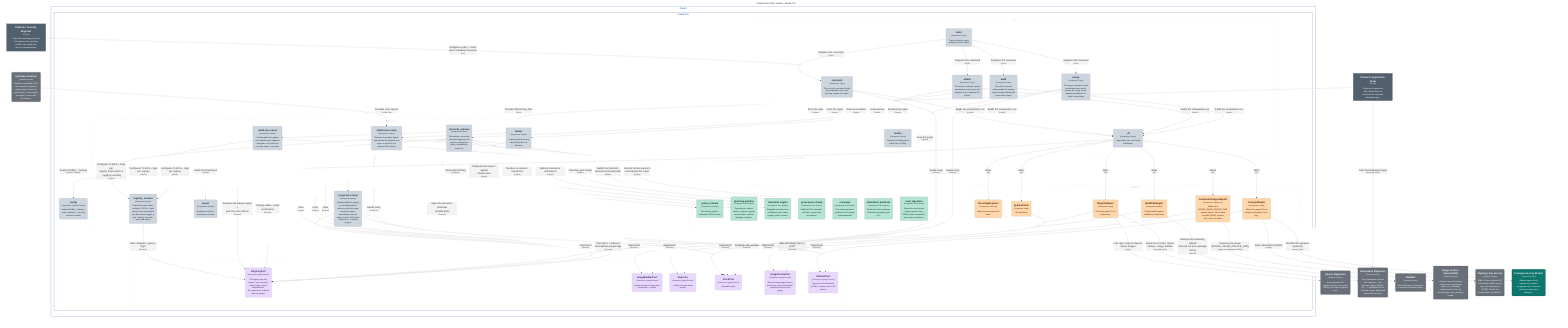
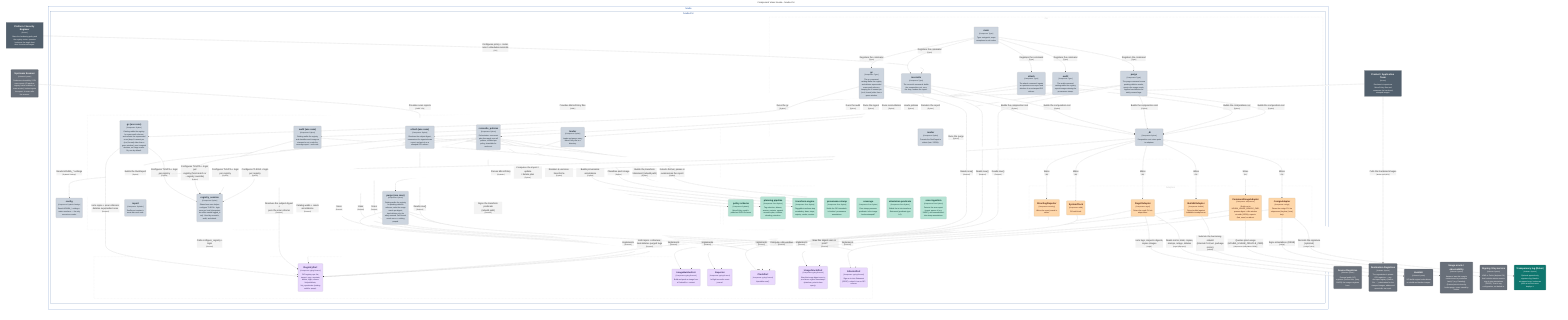
graph LR
  linkStyle default fill:#ffffff

  subgraph diagram ["Component View: houba - houba CLI"]
    style diagram fill:#ffffff,stroke:#ffffff

    1["<div style='font-weight: bold'>Platform / Security Engineer</div><div style='font-size: 70%; margin-top: 0px'>[Person]</div><div style='font-size: 80%; margin-top:10px'>Owns the hardening policy and<br />the registry roster; operates<br />houba as the single front<br />door for external images.</div>"]
    style 1 fill:#52606d,stroke:#39434c,color:#ffffff
    2["<div style='font-weight: bold'>Product / Application Team</div><div style='font-size: 70%; margin-top: 0px'>[Person]</div><div style='font-size: 80%; margin-top:10px'>Declares its imports as<br />MirrorPolicy files and<br />consumes the hardened,<br />stamped images.</div>"]
    style 2 fill:#52606d,stroke:#39434c,color:#ffffff

    44("<div style='font-weight: bold'>Source Registries</div><div style='font-size: 70%; margin-top: 0px'>[Software System]</div><div style='font-size: 80%; margin-top:10px'>External public OCI<br />registries (Docker Hub, Quay,<br />GHCR) the images originate<br />from.</div>")
    style 44 fill:#69707a,stroke:#494e55,color:#ffffff
    45("<div style='font-weight: bold'>Destination Registries</div><div style='font-size: 70%; margin-top: 0px'>[Software System]</div><div style='font-size: 80%; margin-top:10px'>The organization's private<br />OCI registries — any<br />dist-spec registry (Harbor,<br />Zot, …); destination for the<br />stamped images, addressed<br />generically via regctl.</div>")
    style 45 fill:#69707a,stroke:#494e55,color:#ffffff
    46("<div style='font-weight: bold'>BuildKit</div><div style='font-size: 70%; margin-top: 0px'>[Software System]</div><div style='font-size: 80%; margin-top:10px'>OCI build engine houba drives<br />to rebuild and harden images.</div>")
    style 46 fill:#69707a,stroke:#494e55,color:#ffffff
    50("<div style='font-weight: bold'>Usage oracle / observability</div><div style='font-size: 70%; margin-top: 0px'>[Software System]</div><div style='font-size: 80%; margin-top:10px'>Answers 'was this image's<br />content seen in production<br />lately?' (e.g. Datadog).<br />Queried point-in-time by<br />houba purge; never owned by<br />houba.</div>")
    style 50 fill:#69707a,stroke:#494e55,color:#ffffff
    51("<div style='font-weight: bold'>Signing / Key service</div><div style='font-size: 70%; margin-top: 0px'>[Software System]</div><div style='font-size: 80%; margin-top:10px'>KMS or Fulcio (keyless CA)<br />that houba's attestor uses to<br />sign in-toto attestations<br />(DSSE). Trust is org<br />configuration, not baked in.</div>")
    style 51 fill:#69707a,stroke:#494e55,color:#ffffff
    52("<div style='font-weight: bold'>Transparency log (Rekor)</div><div style='font-size: 70%; margin-top: 0px'>[Software System]</div><div style='font-size: 80%; margin-top:10px'>Optional append-only<br />signature log; blank in<br />air-gapped orgs. houba can<br />point at one but never<br />deploys it.</div>")
    style 52 fill:#0f766e,stroke:#0a524d,color:#ffffff
    53("<div style='font-weight: bold'>Upstream Scanner</div><div style='font-size: 70%; margin-top: 0px'>[Software System]</div><div style='font-size: 80%; margin-top:10px'>Produces vulnerability / EOL<br />scan reports (CI pipeline,<br />registry-native scanner, or<br />scan service). houba ingests<br />the report; it never calls<br />the scanner.</div>")
    style 53 fill:#69707a,stroke:#494e55,color:#ffffff

    subgraph 4 ["houba"]
      style 4 fill:#ffffff,stroke:#154da4,color:#154da4

      subgraph 5 ["houba CLI"]
        style 5 fill:#ffffff,stroke:#19458c,color:#19458c

        subgraph group1 ["Adapters"]
          style group1 fill:#ffffff,stroke:#cccccc,color:#cccccc,stroke-dasharray:5

          32("<div style='font-weight: bold'>RegctlAdapter</div><div style='font-size: 70%; margin-top: 0px'>[Component: regctl]</div><div style='font-size: 80%; margin-top:10px'>Drives the regctl CLI via<br />subprocess.</div>")
          style 32 fill:#fed7aa,stroke:#b19676,color:#4a1b0c
          33("<div style='font-weight: bold'>BuildkitAdapter</div><div style='font-size: 70%; margin-top: 0px'>[Component: buildctl]</div><div style='font-size: 80%; margin-top:10px'>Drives buildctl against<br />buildkitd via subprocess.</div>")
          style 33 fill:#fed7aa,stroke:#b19676,color:#4a1b0c
          34("<div style='font-weight: bold'>StructlogReporter</div><div style='font-size: 70%; margin-top: 0px'>[Component: structlog]</div><div style='font-size: 80%; margin-top:10px'>Writes the event journal to<br />stderr.</div>")
          style 34 fill:#fed7aa,stroke:#b19676,color:#4a1b0c
          35("<div style='font-weight: bold'>SystemClock</div><div style='font-size: 70%; margin-top: 0px'>[Component: stdlib]</div><div style='font-size: 80%; margin-top:10px'>OS wall clock.</div>")
          style 35 fill:#fed7aa,stroke:#b19676,color:#4a1b0c
          36("<div style='font-weight: bold'>CommandUsageAdapter</div><div style='font-size: 70%; margin-top: 0px'>[Component: subprocess]</div><div style='font-size: 80%; margin-top:10px'>Shells out to<br />HOUBA_USAGE_ORACLE_CMD;<br />passes digest + idle window<br />via stdin (JSON); expects<br />{last_seen} on stdout.</div>")
          style 36 fill:#fed7aa,stroke:#b19676,color:#4a1b0c
          37("<div style='font-weight: bold'>CosignAdapter</div><div style='font-size: 70%; margin-top: 0px'>[Component: cosign]</div><div style='font-size: 80%; margin-top:10px'>Drives the cosign CLI via<br />subprocess (keyless | kms |<br />key).</div>")
          style 37 fill:#fed7aa,stroke:#b19676,color:#4a1b0c
        end

        subgraph group2 ["CLI"]
          style group2 fill:#ffffff,stroke:#cccccc,color:#cccccc,stroke-dasharray:5

          10("<div style='font-weight: bold'>attach</div><div style='font-size: 70%; margin-top: 0px'>[Component: Typer]</div><div style='font-size: 80%; margin-top:10px'>The attach command: ingests<br />an upstream scan report and<br />attaches it as a stamped OCI<br />referrer.</div>")
          style 10 fill:#cdd5df,stroke:#8f959c,color:#1f2933
          11("<div style='font-weight: bold'>render</div><div style='font-size: 70%; margin-top: 0px'>[Component: Python]</div><div style='font-size: 80%; margin-top:10px'>Formats the RunReport to<br />stdout (text / JSON).</div>")
          style 11 fill:#cdd5df,stroke:#8f959c,color:#1f2933
          12("<div style='font-weight: bold'>_di</div><div style='font-size: 70%; margin-top: 0px'>[Component: Python]</div><div style='font-size: 80%; margin-top:10px'>Composition root: wires ports<br />to adapters.</div>")
          style 12 fill:#cdd5df,stroke:#8f959c,color:#1f2933
          6("<div style='font-weight: bold'>main</div><div style='font-size: 70%; margin-top: 0px'>[Component: Typer]</div><div style='font-size: 80%; margin-top:10px'>Typer entrypoint; maps<br />exceptions to exit codes.</div>")
          style 6 fill:#cdd5df,stroke:#8f959c,color:#1f2933
          7("<div style='font-weight: bold'>reconcile</div><div style='font-size: 70%; margin-top: 0px'>[Component: Typer]</div><div style='font-size: 80%; margin-top:10px'>The reconcile command: builds<br />the composition root, runs<br />the loop, renders the report.</div>")
          style 7 fill:#cdd5df,stroke:#8f959c,color:#1f2933
          8("<div style='font-weight: bold'>purge</div><div style='font-size: 70%; margin-top: 0px'>[Component: Typer]</div><div style='font-size: 80%; margin-top:10px'>The purge command: scans<br />pending-deletion marks,<br />queries the usage oracle,<br />applies hard-deletes for<br />safely-unused tags.</div>")
          style 8 fill:#cdd5df,stroke:#8f959c,color:#1f2933
          9("<div style='font-weight: bold'>audit</div><div style='font-size: 70%; margin-top: 0px'>[Component: Typer]</div><div style='font-size: 80%; margin-top:10px'>The audit command:<br />catalog-walks the registry,<br />reports images missing the<br />provenance stamp.</div>")
          style 9 fill:#cdd5df,stroke:#8f959c,color:#1f2933
+           55("<div style='font-weight: bold'>gc</div><div style='font-size: 70%; margin-top: 0px'>[Component: Typer]</div><div style='font-size: 80%; margin-top:10px'>The gc command:<br />catalog-walks the registry<br />and deletes superseded<br />scan-result referrers,<br />keeping the N newest per<br />(tool, format) older than a<br />grace window.</div>")
+           style 55 fill:#cdd5df,stroke:#8f959c,color:#1f2933
        end

        subgraph group3 ["Domain (pure)"]
          style group3 fill:#ffffff,stroke:#cccccc,color:#cccccc,stroke-dasharray:5

          19("<div style='font-weight: bold'>policy schema</div><div style='font-size: 70%; margin-top: 0px'>[Component: Pydantic]</div><div style='font-size: 80%; margin-top:10px'>MirrorPolicy model +<br />published JSON Schema.</div>")
          style 19 fill:#b6e3d4,stroke:#7f9e94,color:#04342c
          20("<div style='font-weight: bold'>planning pipeline</div><div style='font-size: 70%; margin-top: 0px'>[Component: Pure Python]</div><div style='font-size: 80%; margin-top:10px'>Tag selection, aliases,<br />semver, variants, expand,<br />reconcile plan, collision,<br />sharding, retention.</div>")
          style 20 fill:#b6e3d4,stroke:#7f9e94,color:#04342c
          21("<div style='font-weight: bold'>transform engine</div><div style='font-size: 70%; margin-top: 0px'>[Component: Pure Python]</div><div style='font-size: 80%; margin-top:10px'>Pluggable transform-step<br />vocabulary: base, steps,<br />registry, render, version.</div>")
          style 21 fill:#b6e3d4,stroke:#7f9e94,color:#04342c
          22("<div style='font-weight: bold'>provenance stamp</div><div style='font-size: 70%; margin-top: 0px'>[Component: Pure Python]</div><div style='font-size: 80%; margin-top:10px'>Builds the OCI-standard +<br />io.houba.* provenance<br />annotations.</div>")
          style 22 fill:#b6e3d4,stroke:#7f9e94,color:#04342c
          23("<div style='font-weight: bold'>coverage</div><div style='font-size: 70%; margin-top: 0px'>[Component: Pure Python]</div><div style='font-size: 80%; margin-top:10px'>Pure stamp-presence<br />predicate: is the image<br />houba-stamped?</div>")
          style 23 fill:#b6e3d4,stroke:#7f9e94,color:#04342c
          24("<div style='font-weight: bold'>attestation predicate</div><div style='font-size: 70%; margin-top: 0px'>[Component: Pure Python]</div><div style='font-size: 80%; margin-top:10px'>Builds the in-toto transform<br />Statement (predicate type<br />/v1).</div>")
          style 24 fill:#b6e3d4,stroke:#7f9e94,color:#04342c
          25("<div style='font-weight: bold'>scan ingestion</div><div style='font-size: 70%; margin-top: 0px'>[Component: Pure Python]</div><div style='font-size: 80%; margin-top:10px'>Detects the scan-report<br />format, parses it (e.g.<br />SARIF), and summarizes it<br />into stamp annotations.</div>")
          style 25 fill:#b6e3d4,stroke:#7f9e94,color:#04342c
        end

        subgraph group4 ["Ports"]
          style group4 fill:#ffffff,stroke:#cccccc,color:#cccccc,stroke-dasharray:5

          26("<div style='font-weight: bold'>RegistryPort</div><div style='font-size: 70%; margin-top: 0px'>[Component: typing.Protocol]</div><div style='font-size: 80%; margin-top:10px'>OCI registry ops: list,<br />inspect, copy, annotate,<br />delete, login, referrer<br />list/put/delete;<br />list_repositories (catalog<br />walk for purge).</div>")
          style 26 fill:#e9d8fd,stroke:#a397b1,color:#322659
          27("<div style='font-weight: bold'>ImageBuilderPort</div><div style='font-size: 70%; margin-top: 0px'>[Component: typing.Protocol]</div><div style='font-size: 80%; margin-top:10px'>Build and push an image from<br />a Dockerfile + context.</div>")
          style 27 fill:#e9d8fd,stroke:#a397b1,color:#322659
          28("<div style='font-weight: bold'>Reporter</div><div style='font-size: 70%; margin-top: 0px'>[Component: typing.Protocol]</div><div style='font-size: 80%; margin-top:10px'>In-flight reconcile event<br />journal.</div>")
          style 28 fill:#e9d8fd,stroke:#a397b1,color:#322659
          29("<div style='font-weight: bold'>ClockPort</div><div style='font-size: 70%; margin-top: 0px'>[Component: typing.Protocol]</div><div style='font-size: 80%; margin-top:10px'>Injectable now().</div>")
          style 29 fill:#e9d8fd,stroke:#a397b1,color:#322659
          30("<div style='font-weight: bold'>UsageOraclePort</div><div style='font-size: 70%; margin-top: 0px'>[Component: typing.Protocol]</div><div style='font-size: 80%; margin-top:10px'>Was this image digest seen in<br />prod since a given timestamp?<br />(stateless, point-in-time<br />query).</div>")
          style 30 fill:#e9d8fd,stroke:#a397b1,color:#322659
          31("<div style='font-weight: bold'>AttestorPort</div><div style='font-size: 70%; margin-top: 0px'>[Component: typing.Protocol]</div><div style='font-size: 80%; margin-top:10px'>Sign an in-toto Statement<br />(DSSE) + attach it as an OCI<br />referrer.</div>")
          style 31 fill:#e9d8fd,stroke:#a397b1,color:#322659
        end

        subgraph group5 ["Use cases"]
          style group5 fill:#ffffff,stroke:#cccccc,color:#cccccc,stroke-dasharray:5

          13("<div style='font-weight: bold'>loader</div><div style='font-size: 70%; margin-top: 0px'>[Component: Python]</div><div style='font-size: 80%; margin-top:10px'>Loads and parses every<br />MirrorPolicy file in a<br />directory.</div>")
          style 13 fill:#cdd5df,stroke:#8f959c,color:#1f2933
          14("<div style='font-weight: bold'>reconcile_policies</div><div style='font-size: 70%; margin-top: 0px'>[Component: Python]</div><div style='font-size: 80%; margin-top:10px'>Orchestrator: concurrent<br />plan-then-apply over all<br />policies, isolated per<br />policy, shardable for<br />scale-out.</div>")
          style 14 fill:#cdd5df,stroke:#8f959c,color:#1f2933
          15("<div style='font-weight: bold'>purge (use case)</div><div style='font-size: 70%; margin-top: 0px'>[Component: Python]</div><div style='font-size: 80%; margin-top:10px'>Catalog-walks the registry<br />for pending-deletion<br />referrers; asks the usage<br />oracle per digest;<br />hard-deletes only the<br />safely-unused. Fail-closed:<br />oracle error ⇒ nothing<br />purged.</div>")
          style 15 fill:#cdd5df,stroke:#8f959c,color:#1f2933
          16("<div style='font-weight: bold'>audit (use case)</div><div style='font-size: 70%; margin-top: 0px'>[Component: Python]</div><div style='font-size: 80%; margin-top:10px'>Catalog-walks the registry<br />and classifies each image as<br />stamped or not; emits the<br />coverage report + exit code.</div>")
          style 16 fill:#cdd5df,stroke:#8f959c,color:#1f2933
          17("<div style='font-weight: bold'>attach (use case)</div><div style='font-size: 70%; margin-top: 0px'>[Component: Python]</div><div style='font-size: 80%; margin-top:10px'>Resolves the subject digest,<br />summarizes the ingested scan<br />report, and puts it as a<br />stamped OCI referrer.</div>")
          style 17 fill:#cdd5df,stroke:#8f959c,color:#1f2933
          18("<div style='font-weight: bold'>report</div><div style='font-size: 70%; margin-top: 0px'>[Component: Pydantic]</div><div style='font-size: 80%; margin-top:10px'>RunReport contract +<br />worst-wins exit code.</div>")
          style 18 fill:#cdd5df,stroke:#8f959c,color:#1f2933
          54("<div style='font-weight: bold'>registry_session</div><div style='font-size: 70%; margin-top: 0px'>[Component: Python]</div><div style='font-size: 80%; margin-top:10px'>Shared use-case helper:<br />configure TLS/CA + login<br />once per host (idempotent<br />via caller-owned logged_in<br />set). Used by reconcile,<br />audit, and attach.</div>")
          style 54 fill:#cdd5df,stroke:#8f959c,color:#1f2933
+           56("<div style='font-weight: bold'>gc (use case)</div><div style='font-size: 70%; margin-top: 0px'>[Component: Python]</div><div style='font-size: 80%; margin-top:10px'>Catalog-walks the registry<br />for scan-result referrers<br />and collects the superseded<br />ones (keep N newest per<br />(tool, format) older than a<br />grace window); pure temporal<br />decision, no usage oracle.<br />Dry-run by default.</div>")
+           style 56 fill:#cdd5df,stroke:#8f959c,color:#1f2933
        end

        38("<div style='font-weight: bold'>config</div><div style='font-size: 70%; margin-top: 0px'>[Component: Pydantic Settings]</div><div style='font-size: 80%; margin-top:10px'>Reads HOUBA_* settings +<br />roster resolvers — the only<br />os.environ reader.</div>")
        style 38 fill:#cdd5df,stroke:#8f959c,color:#1f2933
      end

    end

    12-. "<div>Wires</div><div style='font-size: 70%'>[DI]</div>" .->34
    12-. "<div>Wires</div><div style='font-size: 70%'>[DI]</div>" .->35
    12-. "<div>Wires</div><div style='font-size: 70%'>[DI]</div>" .->36
    13-. "<div>Parses MirrorPolicy</div><div style='font-size: 70%'>[Pydantic]</div>" .->19
    14-. "<div>Builds the RunReport</div><div style='font-size: 70%'>[Python]</div>" .->18
    14-. "<div>Computes the import / update<br />/ delete plan</div><div style='font-size: 70%'>[Python]</div>" .->20
    14-. "<div>Renders & versions transforms</div><div style='font-size: 70%'>[Python]</div>" .->21
    14-. "<div>Builds provenance annotations</div><div style='font-size: 70%'>[Python]</div>" .->22
    14-. "<div>Uses</div><div style='font-size: 70%'>[Protocol]</div>" .->26
    14-. "<div>Uses</div><div style='font-size: 70%'>[Protocol]</div>" .->27
    14-. "<div>Uses</div><div style='font-size: 70%'>[Protocol]</div>" .->28
    15-. "<div>Lists repos + referrers;<br />hard-deletes purged tags</div><div style='font-size: 70%'>[Protocol]</div>" .->26
    15-. "<div>Was this digest seen in prod?</div><div style='font-size: 70%'>[Protocol]</div>" .->30
    15-. "<div>Computes idle window</div><div style='font-size: 70%'>[Protocol]</div>" .->29
    32-. "<div>Implements</div><div style='font-size: 70%'>[Protocol]</div>" .->26
    33-. "<div>Implements</div><div style='font-size: 70%'>[Protocol]</div>" .->27
    34-. "<div>Implements</div><div style='font-size: 70%'>[Protocol]</div>" .->28
    35-. "<div>Implements</div><div style='font-size: 70%'>[Protocol]</div>" .->29
    36-. "<div>Implements</div><div style='font-size: 70%'>[Protocol]</div>" .->30
    32-. "<div>Lists tags, inspects digests,<br />copies images</div><div style='font-size: 70%'>[regctl]</div>" .->44
    32-. "<div>Reads mirror state; copies,<br />stamps, retags, deletes</div><div style='font-size: 70%'>[regctl (dist-spec)]</div>" .->45
    33-. "<div>Submits the hardening rebuild<br />(internal CA trust, package<br />mirror)</div><div style='font-size: 70%'>[buildctl]</div>" .->46
    36-. "<div>Queries prod usage<br />(HOUBA_USAGE_ORACLE_CMD)</div><div style='font-size: 70%'>[subprocess (stdin/stdout JSON)]</div>" .->50
    14-. "<div>Builds the transform<br />Statement (rebuild path)</div><div style='font-size: 70%'>[Python]</div>" .->24
    14-. "<div>Signs the transform predicate<br />(rebuild path)</div><div style='font-size: 70%'>[Protocol]</div>" .->31
    12-. "<div>Wires</div><div style='font-size: 70%'>[DI]</div>" .->37
    37-. "<div>Implements</div><div style='font-size: 70%'>[Protocol]</div>" .->31
    37-. "<div>Signs attestations (DSSE)</div><div style='font-size: 70%'>[cosign]</div>" .->51
    37-. "<div>Records the signature<br />(optional)</div><div style='font-size: 70%'>[cosign / rekor]</div>" .->52
    2-. "<div>Pulls the hardened images</div><div style='font-size: 70%'>[docker pull (OCI)]</div>" .->45
    1-. "<div>Configures policy + roster,<br />runs / schedules reconcile</div><div style='font-size: 70%'>[CLI]</div>" .->7
    2-. "<div>Provides MirrorPolicy files</div><div style='font-size: 70%'>[YAML]</div>" .->13
    6-. "<div>Registers the command</div><div style='font-size: 70%'>[Typer]</div>" .->7
    6-. "<div>Registers the command</div><div style='font-size: 70%'>[Typer]</div>" .->8
    6-. "<div>Registers the command</div><div style='font-size: 70%'>[Typer]</div>" .->9
    6-. "<div>Registers the command</div><div style='font-size: 70%'>[Typer]</div>" .->10
+     6-. "<div>Registers the command</div><div style='font-size: 70%'>[Typer]</div>" .->55
    9-. "<div>Builds the composition root</div><div style='font-size: 70%'>[Python]</div>" .->12
    9-. "<div>Runs the audit</div><div style='font-size: 70%'>[Python]</div>" .->16
    16-. "<div>Classifies each image</div><div style='font-size: 70%'>[Python]</div>" .->23
    16-. "<div>Catalog-walks + reads<br />annotations</div><div style='font-size: 70%'>[Protocol]</div>" .->26
    10-. "<div>Builds the composition root</div><div style='font-size: 70%'>[Python]</div>" .->12
    10-. "<div>Runs the ingest</div><div style='font-size: 70%'>[Python]</div>" .->17
    53-. "<div>Provides scan reports</div><div style='font-size: 70%'>[SARIF / file]</div>" .->17
    17-. "<div>Detects format, parses &<br />summarizes the report</div><div style='font-size: 70%'>[Python]</div>" .->25
    17-. "<div>Resolves the subject digest +<br />puts the scan referrer</div><div style='font-size: 70%'>[Protocol]</div>" .->26
    17-. "<div>Reads now()</div><div style='font-size: 70%'>[Protocol]</div>" .->29
    8-. "<div>Builds the composition root</div><div style='font-size: 70%'>[Python]</div>" .->12
    8-. "<div>Runs the purge</div><div style='font-size: 70%'>[Python]</div>" .->15
    8-. "<div>Reads now()</div><div style='font-size: 70%'>[Protocol]</div>" .->29
    7-. "<div>Builds the composition root</div><div style='font-size: 70%'>[Python]</div>" .->12
    7-. "<div>Loads policies</div><div style='font-size: 70%'>[Python]</div>" .->13
    7-. "<div>Runs reconciliation</div><div style='font-size: 70%'>[Python]</div>" .->14
    7-. "<div>Renders the report</div><div style='font-size: 70%'>[Python]</div>" .->11
    7-. "<div>Reads now()</div><div style='font-size: 70%'>[Protocol]</div>" .->29
    12-. "<div>Reads HOUBA_* settings</div><div style='font-size: 70%'>[Pydantic Settings]</div>" .->38
    12-. "<div>Wires</div><div style='font-size: 70%'>[DI]</div>" .->32
    12-. "<div>Wires</div><div style='font-size: 70%'>[DI]</div>" .->33
    14-. "<div>Configures TLS/CA + login<br />per registry</div><div style='font-size: 70%'>[Python]</div>" .->54
    16-. "<div>Configures TLS/CA + login<br />per registry</div><div style='font-size: 70%'>[Python]</div>" .->54
    17-. "<div>Configures TLS/CA + login per<br />registry (host-match or<br />--registry override)</div><div style='font-size: 70%'>[Python]</div>" .->54
    54-. "<div>Calls configure_registry +<br />login</div><div style='font-size: 70%'>[Protocol]</div>" .->26
+     55-. "<div>Builds the composition root</div><div style='font-size: 70%'>[Python]</div>" .->12
+     55-. "<div>Runs the gc</div><div style='font-size: 70%'>[Python]</div>" .->56
+     55-. "<div>Reads now()</div><div style='font-size: 70%'>[Protocol]</div>" .->29
+     56-. "<div>Lists repos + scan referrers;<br />deletes superseded ones</div><div style='font-size: 70%'>[Protocol]</div>" .->26
+     56-. "<div>Configures TLS/CA + login<br />per registry</div><div style='font-size: 70%'>[Python]</div>" .->54

  end